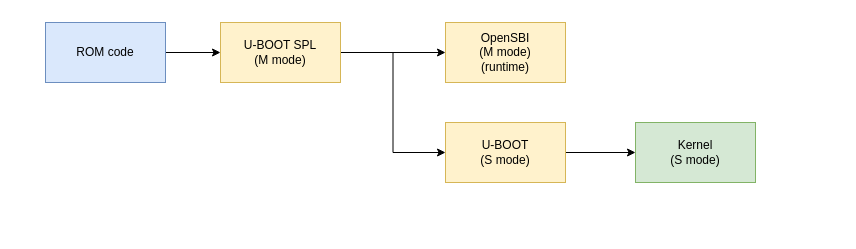
This is jingwei.drawio from thomas-coding/drawio, a draw.io file, before an edit. Source tidied: cells renumbered, new cells numbered last; positions are measured from the earlier drawing's top-left corner, leaving out a move shared by most shapes. Both pictures are drawn from the tidied source at 100%, with x=0, y=0 at pixel (45, 22).
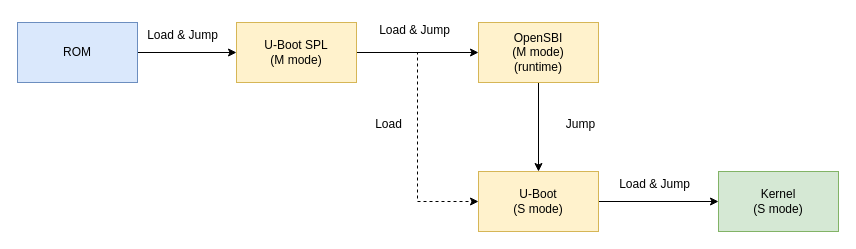
The same diagram, later.

Diff of the diagram source:
```diff
@@
 <mxGraphModel>
   <root>
     <mxCell id="0" />
     <mxCell id="1" parent="0" />
     <mxCell id="2" style="edgeStyle=orthogonalEdgeStyle;rounded=0;jettySize=auto;html=1;" parent="1" edge="1" source="3" target="6">
       <mxGeometry relative="1" as="geometry" />
     </mxCell>
-    <mxCell id="3" value="ROM code" style="rounded=0;whiteSpace=wrap;html=1;fillColor=#dae8fc;strokeColor=#6c8ebf;" parent="1" vertex="1">
-      <mxGeometry width="120" height="60" as="geometry" />
+    <mxCell id="3" value="ROM" style="rounded=0;whiteSpace=wrap;html=1;fillColor=#dae8fc;strokeColor=#6c8ebf;" parent="1" vertex="1">
+      <mxGeometry x="-28" width="120" height="60" as="geometry" />
     </mxCell>
     <mxCell id="4" style="edgeStyle=orthogonalEdgeStyle;rounded=0;jettySize=auto;html=1;entryX=0;entryY=0.5;entryDx=0;entryDy=0;" parent="1" edge="1" source="6" target="7">
       <mxGeometry relative="1" as="geometry" />
     </mxCell>
-    <mxCell id="5" style="edgeStyle=orthogonalEdgeStyle;rounded=0;jettySize=auto;html=1;entryX=0;entryY=0.5;entryDx=0;entryDy=0;" parent="1" edge="1" source="6" target="9">
+    <mxCell id="5" style="edgeStyle=orthogonalEdgeStyle;rounded=0;jettySize=auto;html=1;entryX=0;entryY=0.5;entryDx=0;entryDy=0;dashed=1;" parent="1" edge="1" source="6" target="9">
       <mxGeometry relative="1" as="geometry" />
     </mxCell>
-    <mxCell id="6" value="U-BOOT SPL&lt;div&gt;(M mode)&lt;/div&gt;" style="rounded=0;whiteSpace=wrap;html=1;fillColor=#fff2cc;strokeColor=#d6b656;" parent="1" vertex="1">
-      <mxGeometry x="175" width="120" height="60" as="geometry" />
+    <mxCell id="6" value="U-Boot SPL&lt;div&gt;(M mode)&lt;/div&gt;" style="rounded=0;whiteSpace=wrap;html=1;fillColor=#fff2cc;strokeColor=#d6b656;" parent="1" vertex="1">
+      <mxGeometry x="191" width="120" height="60" as="geometry" />
     </mxCell>
+    <mxCell id="11" style="edgeStyle=orthogonalEdgeStyle;rounded=0;jettySize=auto;html=1;entryX=0.5;entryY=0;entryDx=0;entryDy=0;" parent="1" edge="1" source="7" target="9">
+      <mxGeometry relative="1" as="geometry" />
+    </mxCell>
     <mxCell id="7" value="OpenSBI&lt;div&gt;(M mode)&lt;/div&gt;&lt;div&gt;(runtime)&lt;/div&gt;" style="rounded=0;whiteSpace=wrap;html=1;fillColor=#fff2cc;strokeColor=#d6b656;" parent="1" vertex="1">
-      <mxGeometry x="400" width="120" height="60" as="geometry" />
+      <mxGeometry x="433" width="120" height="60" as="geometry" />
     </mxCell>
     <mxCell id="8" style="edgeStyle=orthogonalEdgeStyle;rounded=0;jettySize=auto;html=1;entryX=0;entryY=0.5;entryDx=0;entryDy=0;" parent="1" edge="1" source="9" target="10">
       <mxGeometry relative="1" as="geometry" />
     </mxCell>
-    <mxCell id="9" value="U-BOOT&lt;div&gt;(S mode)&lt;/div&gt;" style="rounded=0;whiteSpace=wrap;html=1;fillColor=#fff2cc;strokeColor=#d6b656;" parent="1" vertex="1">
-      <mxGeometry x="400" y="100" width="120" height="60" as="geometry" />
+    <mxCell id="9" value="U-Boot&lt;div&gt;(S mode)&lt;/div&gt;" style="rounded=0;whiteSpace=wrap;html=1;fillColor=#fff2cc;strokeColor=#d6b656;" parent="1" vertex="1">
+      <mxGeometry x="433" y="149" width="120" height="60" as="geometry" />
     </mxCell>
     <mxCell id="10" value="Kernel&lt;div&gt;(S mode)&lt;/div&gt;" style="rounded=0;whiteSpace=wrap;html=1;fillColor=#d5e8d4;strokeColor=#82b366;" parent="1" vertex="1">
-      <mxGeometry x="590" y="100" width="120" height="60" as="geometry" />
+      <mxGeometry x="673" y="149" width="120" height="60" as="geometry" />
     </mxCell>
+    <mxCell id="12" value="Load" style="text;html=1;align=center;verticalAlign=middle;strokeColor=none;fillColor=none;" parent="1" vertex="1">
+      <mxGeometry x="320" y="89" width="45" height="26" as="geometry" />
+    </mxCell>
+    <mxCell id="13" value="Load &amp;amp; Jump" style="text;html=1;align=center;verticalAlign=middle;strokeColor=none;fillColor=none;" parent="1" vertex="1">
+      <mxGeometry x="92" width="89" height="26" as="geometry" />
+    </mxCell>
+    <mxCell id="14" value="Load &amp;amp; Jump" style="text;html=1;align=center;verticalAlign=middle;strokeColor=none;fillColor=none;" parent="1" vertex="1">
+      <mxGeometry x="324" y="-5" width="89" height="26" as="geometry" />
+    </mxCell>
+    <mxCell id="15" value="Jump" style="text;html=1;align=center;verticalAlign=middle;strokeColor=none;fillColor=none;" parent="1" vertex="1">
+      <mxGeometry x="511" y="89" width="47" height="26" as="geometry" />
+    </mxCell>
+    <mxCell id="16" value="Load &amp;amp; Jump" style="text;html=1;align=center;verticalAlign=middle;strokeColor=none;fillColor=none;" parent="1" vertex="1">
+      <mxGeometry x="564" y="149" width="89" height="26" as="geometry" />
+    </mxCell>
   </root>
 </mxGraphModel>
```
